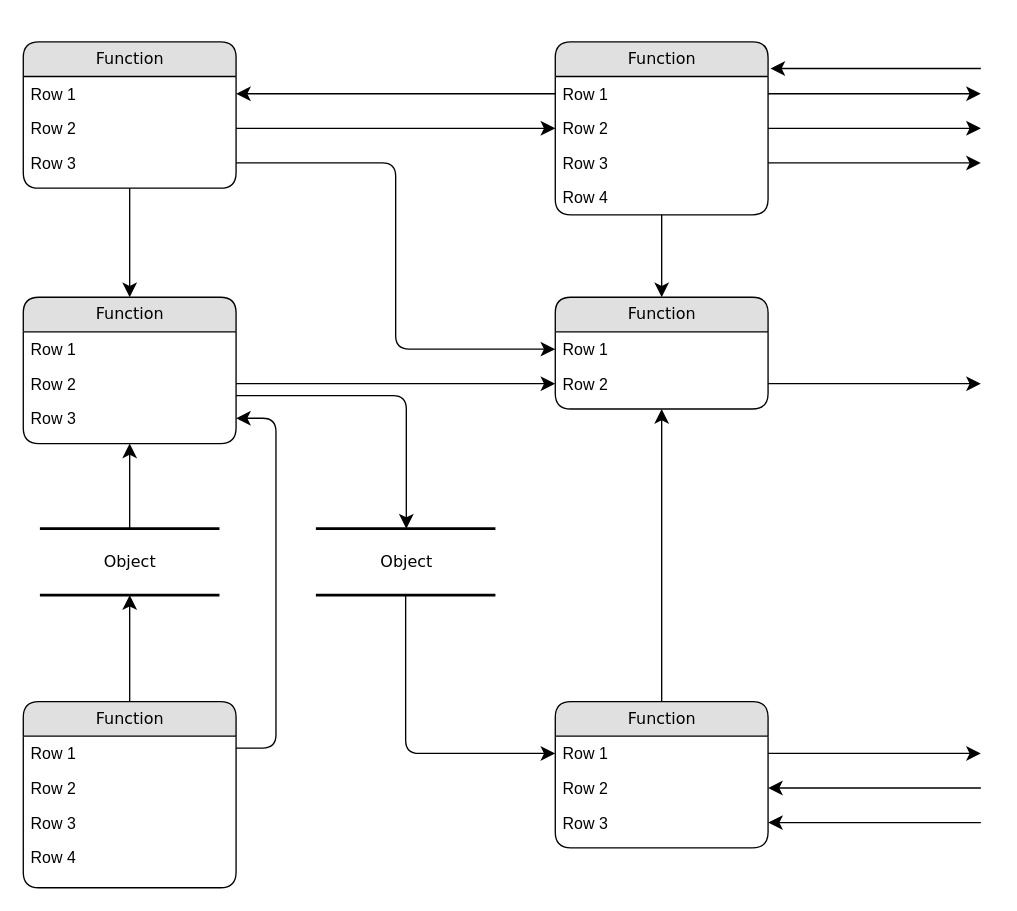
Before: public/img_reference/Untitled Diagram.drawio in ffrachia26/Grupo_8_NaturalMystic, a draw.io diagram. Source tidied: cells renumbered, new cells numbered last; positions are measured from the earlier drawing's top-left corner, leaving out a move shared by most shapes. Both pictures are drawn from the tidied source at 133%, with x=0, y=0 at pixel (23, 41).
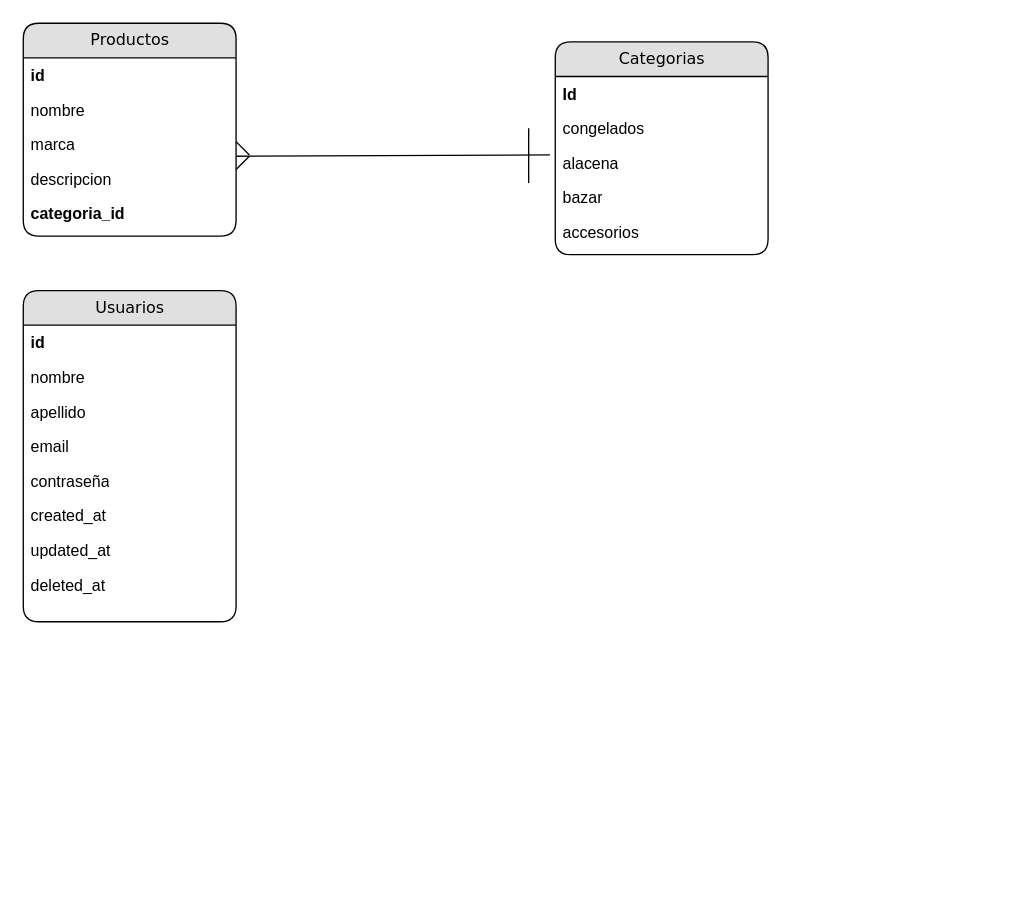
The same diagram, later.

Diff of the diagram source:
```diff
@@
-    <mxCell id="2" value="Object" style="html=1;rounded=0;shadow=0;comic=0;labelBackgroundColor=none;strokeWidth=2;fontFamily=Verdana;fontSize=12;align=center;shape=mxgraph.ios7ui.horLines;" parent="1" vertex="1">
-      <mxGeometry x="12.5" y="366" width="135" height="50" as="geometry" />
-    </mxCell>
-    <mxCell id="3" value="Function" style="swimlane;html=1;fontStyle=0;horizontal=1;startSize=26;fillColor=#e0e0e0;swimlaneFillColor=#ffffff;align=center;rounded=1;shadow=0;comic=0;labelBackgroundColor=none;strokeWidth=1;fontFamily=Verdana;fontSize=12;" parent="1" vertex="1">
-      <mxGeometry width="160" height="110" as="geometry" />
+    <mxCell id="3" value="Productos" style="swimlane;html=1;fontStyle=0;horizontal=1;startSize=26;fillColor=#e0e0e0;swimlaneFillColor=#ffffff;align=center;rounded=1;shadow=0;comic=0;labelBackgroundColor=none;strokeWidth=1;fontFamily=Verdana;fontSize=12;" parent="1" vertex="1">
+      <mxGeometry y="-14" width="160" height="160" as="geometry" />
     </mxCell>
-    <mxCell id="4" value="Row 1" style="text;html=1;strokeColor=none;fillColor=none;spacingLeft=4;spacingRight=4;whiteSpace=wrap;overflow=hidden;points=[[0,0.5],[1,0.5]];portConstraint=eastwest;" parent="3" vertex="1">
+    <mxCell id="4" value="&lt;b&gt;id&lt;/b&gt;" style="text;html=1;strokeColor=none;fillColor=none;spacingLeft=4;spacingRight=4;whiteSpace=wrap;overflow=hidden;points=[[0,0.5],[1,0.5]];portConstraint=eastwest;" parent="3" vertex="1">
       <mxGeometry y="26" width="160" height="26" as="geometry" />
     </mxCell>
-    <mxCell id="5" value="Row 2" style="text;html=1;strokeColor=none;fillColor=none;spacingLeft=4;spacingRight=4;whiteSpace=wrap;overflow=hidden;points=[[0,0.5],[1,0.5]];portConstraint=eastwest;" parent="3" vertex="1">
+    <mxCell id="5" value="nombre" style="text;html=1;strokeColor=none;fillColor=none;spacingLeft=4;spacingRight=4;whiteSpace=wrap;overflow=hidden;points=[[0,0.5],[1,0.5]];portConstraint=eastwest;" parent="3" vertex="1">
       <mxGeometry y="52" width="160" height="26" as="geometry" />
     </mxCell>
-    <mxCell id="6" value="Row 3" style="text;html=1;strokeColor=none;fillColor=none;spacingLeft=4;spacingRight=4;whiteSpace=wrap;overflow=hidden;points=[[0,0.5],[1,0.5]];portConstraint=eastwest;" parent="3" vertex="1">
+    <mxCell id="6" value="marca" style="text;html=1;strokeColor=none;fillColor=none;spacingLeft=4;spacingRight=4;whiteSpace=wrap;overflow=hidden;points=[[0,0.5],[1,0.5]];portConstraint=eastwest;" parent="3" vertex="1">
       <mxGeometry y="78" width="160" height="26" as="geometry" />
     </mxCell>
+    <mxCell id="49" value="descripcion" style="text;html=1;strokeColor=none;fillColor=none;spacingLeft=4;spacingRight=4;whiteSpace=wrap;overflow=hidden;" parent="3" vertex="1">
+      <mxGeometry y="104" width="160" height="26" as="geometry" />
+    </mxCell>
+    <mxCell id="50" value="&lt;b&gt;categoria_id&lt;/b&gt;" style="text;html=1;strokeColor=none;fillColor=none;spacingLeft=4;spacingRight=4;whiteSpace=wrap;overflow=hidden;" parent="3" vertex="1">
+      <mxGeometry y="130" width="160" height="26" as="geometry" />
+    </mxCell>
-    <mxCell id="7" value="Function" style="swimlane;html=1;fontStyle=0;horizontal=1;startSize=26;fillColor=#e0e0e0;swimlaneFillColor=#ffffff;align=center;rounded=1;shadow=0;comic=0;labelBackgroundColor=none;strokeWidth=1;fontFamily=Verdana;fontSize=12;" parent="1" vertex="1">
-      <mxGeometry x="400" width="160" height="130" as="geometry" />
+    <mxCell id="7" value="Categorias" style="swimlane;html=1;fontStyle=0;horizontal=1;startSize=26;fillColor=#e0e0e0;swimlaneFillColor=#ffffff;align=center;rounded=1;shadow=0;comic=0;labelBackgroundColor=none;strokeWidth=1;fontFamily=Verdana;fontSize=12;" parent="1" vertex="1">
+      <mxGeometry x="400" width="160" height="160" as="geometry" />
     </mxCell>
-    <mxCell id="8" value="Row 1" style="text;html=1;strokeColor=none;fillColor=none;spacingLeft=4;spacingRight=4;whiteSpace=wrap;overflow=hidden;points=[[0,0.5],[1,0.5]];portConstraint=eastwest;" parent="7" vertex="1">
+    <mxCell id="8" value="&lt;b&gt;Id&lt;/b&gt;" style="text;html=1;strokeColor=none;fillColor=none;spacingLeft=4;spacingRight=4;whiteSpace=wrap;overflow=hidden;points=[[0,0.5],[1,0.5]];portConstraint=eastwest;" parent="7" vertex="1">
       <mxGeometry y="26" width="160" height="26" as="geometry" />
     </mxCell>
-    <mxCell id="9" value="Row 2" style="text;html=1;strokeColor=none;fillColor=none;spacingLeft=4;spacingRight=4;whiteSpace=wrap;overflow=hidden;points=[[0,0.5],[1,0.5]];portConstraint=eastwest;" parent="7" vertex="1">
+    <mxCell id="9" value="congelados" style="text;html=1;strokeColor=none;fillColor=none;spacingLeft=4;spacingRight=4;whiteSpace=wrap;overflow=hidden;points=[[0,0.5],[1,0.5]];portConstraint=eastwest;" parent="7" vertex="1">
       <mxGeometry y="52" width="160" height="26" as="geometry" />
     </mxCell>
-    <mxCell id="10" value="Row 3" style="text;html=1;strokeColor=none;fillColor=none;spacingLeft=4;spacingRight=4;whiteSpace=wrap;overflow=hidden;points=[[0,0.5],[1,0.5]];portConstraint=eastwest;" parent="7" vertex="1">
+    <mxCell id="10" value="alacena" style="text;html=1;strokeColor=none;fillColor=none;spacingLeft=4;spacingRight=4;whiteSpace=wrap;overflow=hidden;points=[[0,0.5],[1,0.5]];portConstraint=eastwest;" parent="7" vertex="1">
       <mxGeometry y="78" width="160" height="26" as="geometry" />
     </mxCell>
-    <mxCell id="11" value="Row 4" style="text;html=1;strokeColor=none;fillColor=none;spacingLeft=4;spacingRight=4;whiteSpace=wrap;overflow=hidden;" parent="7" vertex="1">
+    <mxCell id="11" value="bazar" style="text;html=1;strokeColor=none;fillColor=none;spacingLeft=4;spacingRight=4;whiteSpace=wrap;overflow=hidden;" parent="7" vertex="1">
       <mxGeometry y="104" width="160" height="26" as="geometry" />
     </mxCell>
+    <mxCell id="51" value="accesorios" style="text;html=1;strokeColor=none;fillColor=none;spacingLeft=4;spacingRight=4;whiteSpace=wrap;overflow=hidden;" parent="7" vertex="1">
+      <mxGeometry y="130" width="160" height="26" as="geometry" />
+    </mxCell>
-    <mxCell id="12" value="Function" style="swimlane;html=1;fontStyle=0;horizontal=1;startSize=26;fillColor=#e0e0e0;swimlaneFillColor=#ffffff;align=center;rounded=1;shadow=0;comic=0;labelBackgroundColor=none;strokeWidth=1;fontFamily=Verdana;fontSize=12;" parent="1" vertex="1">
-      <mxGeometry y="192" width="160" height="110" as="geometry" />
+    <mxCell id="12" value="Usuarios" style="swimlane;html=1;fontStyle=0;horizontal=1;startSize=26;fillColor=#e0e0e0;swimlaneFillColor=#ffffff;align=center;rounded=1;shadow=0;comic=0;labelBackgroundColor=none;strokeWidth=1;fontFamily=Verdana;fontSize=12;" parent="1" vertex="1">
+      <mxGeometry y="187" width="160" height="249" as="geometry" />
     </mxCell>
-    <mxCell id="13" value="Row 1" style="text;html=1;strokeColor=none;fillColor=none;spacingLeft=4;spacingRight=4;whiteSpace=wrap;overflow=hidden;" parent="12" vertex="1">
+    <mxCell id="13" value="&lt;b&gt;id&lt;/b&gt;" style="text;html=1;strokeColor=none;fillColor=none;spacingLeft=4;spacingRight=4;whiteSpace=wrap;overflow=hidden;" parent="12" vertex="1">
       <mxGeometry y="26" width="160" height="26" as="geometry" />
     </mxCell>
-    <mxCell id="14" value="Row 2" style="text;html=1;strokeColor=none;fillColor=none;spacingLeft=4;spacingRight=4;whiteSpace=wrap;overflow=hidden;points=[[0,0.5],[1,0.5]];portConstraint=eastwest;" parent="12" vertex="1">
+    <mxCell id="14" value="nombre" style="text;html=1;strokeColor=none;fillColor=none;spacingLeft=4;spacingRight=4;whiteSpace=wrap;overflow=hidden;points=[[0,0.5],[1,0.5]];portConstraint=eastwest;" parent="12" vertex="1">
       <mxGeometry y="52" width="160" height="26" as="geometry" />
     </mxCell>
-    <mxCell id="15" value="Row 3" style="text;html=1;strokeColor=none;fillColor=none;spacingLeft=4;spacingRight=4;whiteSpace=wrap;overflow=hidden;points=[[0,0.5],[1,0.5]];portConstraint=eastwest;" parent="12" vertex="1">
-      <mxGeometry y="78" width="160" height="26" as="geometry" />
-    </mxCell>
-    <mxCell id="16" value="Function" style="swimlane;html=1;fontStyle=0;horizontal=1;startSize=26;fillColor=#e0e0e0;swimlaneFillColor=#ffffff;align=center;rounded=1;shadow=0;comic=0;labelBackgroundColor=none;strokeWidth=1;fontFamily=Verdana;fontSize=12;" parent="1" vertex="1">
-      <mxGeometry y="496" width="160" height="140" as="geometry" />
-    </mxCell>
-    <mxCell id="17" value="Row 1" style="text;html=1;strokeColor=none;fillColor=none;spacingLeft=4;spacingRight=4;whiteSpace=wrap;overflow=hidden;" parent="16" vertex="1">
-      <mxGeometry y="26" width="160" height="26" as="geometry" />
-    </mxCell>
-    <mxCell id="18" value="Row 2" style="text;html=1;strokeColor=none;fillColor=none;spacingLeft=4;spacingRight=4;whiteSpace=wrap;overflow=hidden;" parent="16" vertex="1">
-      <mxGeometry y="52" width="160" height="26" as="geometry" />
-    </mxCell>
-    <mxCell id="19" value="Row 3" style="text;html=1;strokeColor=none;fillColor=none;spacingLeft=4;spacingRight=4;whiteSpace=wrap;overflow=hidden;" parent="16" vertex="1">
-      <mxGeometry y="78" width="160" height="26" as="geometry" />
-    </mxCell>
-    <mxCell id="20" value="Row 4" style="text;html=1;strokeColor=none;fillColor=none;spacingLeft=4;spacingRight=4;whiteSpace=wrap;overflow=hidden;" parent="16" vertex="1">
-      <mxGeometry y="104" width="160" height="26" as="geometry" />
-    </mxCell>
-    <mxCell id="21" value="Function" style="swimlane;html=1;fontStyle=0;horizontal=1;startSize=26;fillColor=#e0e0e0;swimlaneFillColor=#ffffff;align=center;rounded=1;shadow=0;comic=0;labelBackgroundColor=none;strokeWidth=1;fontFamily=Verdana;fontSize=12;" parent="1" vertex="1">
-      <mxGeometry x="400" y="192" width="160" height="84" as="geometry" />
-    </mxCell>
-    <mxCell id="22" value="Row 1" style="text;html=1;strokeColor=none;fillColor=none;spacingLeft=4;spacingRight=4;whiteSpace=wrap;overflow=hidden;points=[[0,0.5],[1,0.5]];portConstraint=eastwest;" parent="21" vertex="1">
-      <mxGeometry y="26" width="160" height="26" as="geometry" />
-    </mxCell>
-    <mxCell id="23" value="Row 2" style="text;html=1;strokeColor=none;fillColor=none;spacingLeft=4;spacingRight=4;whiteSpace=wrap;overflow=hidden;points=[[0,0.5],[1,0.5]];portConstraint=eastwest;" parent="21" vertex="1">
-      <mxGeometry y="52" width="160" height="26" as="geometry" />
-    </mxCell>
-    <mxCell id="24" value="Function" style="swimlane;html=1;fontStyle=0;horizontal=1;startSize=26;fillColor=#e0e0e0;swimlaneFillColor=#ffffff;align=center;rounded=1;shadow=0;comic=0;labelBackgroundColor=none;strokeWidth=1;fontFamily=Verdana;fontSize=12;" parent="1" vertex="1">
-      <mxGeometry x="400" y="496" width="160" height="110" as="geometry" />
-    </mxCell>
-    <mxCell id="25" value="Row 1" style="text;html=1;strokeColor=none;fillColor=none;spacingLeft=4;spacingRight=4;whiteSpace=wrap;overflow=hidden;points=[[0,0.5],[1,0.5]];portConstraint=eastwest;" parent="24" vertex="1">
-      <mxGeometry y="26" width="160" height="26" as="geometry" />
-    </mxCell>
-    <mxCell id="26" value="Row 2" style="text;html=1;strokeColor=none;fillColor=none;spacingLeft=4;spacingRight=4;whiteSpace=wrap;overflow=hidden;points=[[0,0.5],[1,0.5]];portConstraint=eastwest;" parent="24" vertex="1">
-      <mxGeometry y="52" width="160" height="26" as="geometry" />
-    </mxCell>
-    <mxCell id="27" value="Row 3" style="text;html=1;strokeColor=none;fillColor=none;spacingLeft=4;spacingRight=4;whiteSpace=wrap;overflow=hidden;points=[[0,0.5],[1,0.5]];portConstraint=eastwest;" parent="24" vertex="1">
-      <mxGeometry y="78" width="160" height="26" as="geometry" />
-    </mxCell>
-    <mxCell id="28" value="Object" style="html=1;rounded=0;shadow=0;comic=0;labelBackgroundColor=none;strokeWidth=2;fontFamily=Verdana;fontSize=12;align=center;shape=mxgraph.ios7ui.horLines;" parent="1" vertex="1">
-      <mxGeometry x="220" y="366" width="135" height="50" as="geometry" />
-    </mxCell>
-    <mxCell id="29" style="edgeStyle=none;html=1;labelBackgroundColor=none;startFill=0;startSize=8;endFill=1;endSize=8;fontFamily=Verdana;fontSize=12;" parent="1" edge="1" source="16" target="2">
-      <mxGeometry relative="1" as="geometry" />
-    </mxCell>
-    <mxCell id="30" style="edgeStyle=none;html=1;labelBackgroundColor=none;startFill=0;startSize=8;endFill=1;endSize=8;fontFamily=Verdana;fontSize=12;" parent="1" edge="1" source="2" target="12">
-      <mxGeometry relative="1" as="geometry" />
-    </mxCell>
-    <mxCell id="31" style="edgeStyle=orthogonalEdgeStyle;html=1;labelBackgroundColor=none;startFill=0;startSize=8;endFill=1;endSize=8;fontFamily=Verdana;fontSize=12;exitX=1;exitY=0.25;entryX=1;entryY=0.5;" parent="1" edge="1" source="16" target="15">
-      <mxGeometry relative="1" as="geometry">
-        <Array as="points">
-          <mxPoint x="190" y="531" />
-          <mxPoint x="190" y="283" />
-        </Array>
-      </mxGeometry>
-    </mxCell>
-    <mxCell id="32" style="edgeStyle=orthogonalEdgeStyle;html=1;labelBackgroundColor=none;startFill=0;startSize=8;endFill=1;endSize=8;fontFamily=Verdana;fontSize=12;" parent="1" edge="1" source="28" target="25">
-      <mxGeometry x="-0.13" y="32" relative="1" as="geometry" />
-    </mxCell>
-    <mxCell id="33" style="edgeStyle=orthogonalEdgeStyle;html=1;labelBackgroundColor=none;startFill=0;startSize=8;endFill=1;endSize=8;fontFamily=Verdana;fontSize=12;" parent="1" edge="1" source="12" target="28">
-      <mxGeometry relative="1" as="geometry">
-        <Array as="points">
-          <mxPoint x="288" y="266" />
-        </Array>
-      </mxGeometry>
-    </mxCell>
-    <mxCell id="34" style="edgeStyle=orthogonalEdgeStyle;html=1;labelBackgroundColor=none;startFill=0;startSize=8;endFill=1;endSize=8;fontFamily=Verdana;fontSize=12;" parent="1" edge="1" source="3" target="12">
-      <mxGeometry relative="1" as="geometry" />
-    </mxCell>
-    <mxCell id="35" style="edgeStyle=orthogonalEdgeStyle;html=1;labelBackgroundColor=none;startFill=0;startSize=8;endFill=1;endSize=8;fontFamily=Verdana;fontSize=12;" parent="1" edge="1" source="24" target="21">
-      <mxGeometry relative="1" as="geometry" />
-    </mxCell>
-    <mxCell id="36" style="edgeStyle=orthogonalEdgeStyle;html=1;labelBackgroundColor=none;startFill=0;startSize=8;endFill=1;endSize=8;fontFamily=Verdana;fontSize=12;" parent="1" edge="1" source="7" target="21">
-      <mxGeometry relative="1" as="geometry" />
-    </mxCell>
-    <mxCell id="37" style="edgeStyle=orthogonalEdgeStyle;html=1;entryX=0;entryY=0.5;labelBackgroundColor=none;startFill=0;startSize=8;endFill=1;endSize=8;fontFamily=Verdana;fontSize=12;exitX=1;exitY=0.5;" parent="1" edge="1" source="5" target="9">
-      <mxGeometry relative="1" as="geometry" />
-    </mxCell>
-    <mxCell id="38" style="edgeStyle=orthogonalEdgeStyle;html=1;exitX=0;exitY=0.5;entryX=1;entryY=0.5;labelBackgroundColor=none;startFill=0;startSize=8;endFill=1;endSize=8;fontFamily=Verdana;fontSize=12;" parent="1" edge="1" source="8" target="4">
-      <mxGeometry relative="1" as="geometry" />
-    </mxCell>
-    <mxCell id="39" style="edgeStyle=orthogonalEdgeStyle;html=1;exitX=1;exitY=0.5;entryX=0;entryY=0.5;labelBackgroundColor=none;startFill=0;startSize=8;endFill=1;endSize=8;fontFamily=Verdana;fontSize=12;" parent="1" edge="1" source="6" target="22">
-      <mxGeometry relative="1" as="geometry" />
-    </mxCell>
-    <mxCell id="40" style="edgeStyle=orthogonalEdgeStyle;html=1;exitX=1;exitY=0.5;entryX=0;entryY=0.5;labelBackgroundColor=none;startFill=0;startSize=8;endFill=1;endSize=8;fontFamily=Verdana;fontSize=12;" parent="1" edge="1" source="14" target="23">
-      <mxGeometry relative="1" as="geometry" />
-    </mxCell>
-    <mxCell id="41" style="edgeStyle=orthogonalEdgeStyle;html=1;labelBackgroundColor=none;startFill=0;startSize=8;endFill=1;endSize=8;fontFamily=Verdana;fontSize=12;" parent="1" edge="1" source="23">
-      <mxGeometry relative="1" as="geometry">
-        <mxPoint x="720" y="257" as="targetPoint" />
-      </mxGeometry>
-    </mxCell>
-    <mxCell id="42" style="edgeStyle=orthogonalEdgeStyle;html=1;exitX=1;exitY=0.5;labelBackgroundColor=none;startFill=0;startSize=8;endFill=1;endSize=8;fontFamily=Verdana;fontSize=12;" parent="1" edge="1" source="25">
-      <mxGeometry relative="1" as="geometry">
-        <mxPoint x="720" y="535" as="targetPoint" />
-      </mxGeometry>
-    </mxCell>
-    <mxCell id="43" style="edgeStyle=orthogonalEdgeStyle;html=1;labelBackgroundColor=none;startFill=0;startSize=8;endFill=1;endSize=8;fontFamily=Verdana;fontSize=12;entryX=1;entryY=0.5;" parent="1" edge="1" target="26">
-      <mxGeometry relative="1" as="geometry">
-        <mxPoint x="720" y="561" as="sourcePoint" />
-        <Array as="points">
-          <mxPoint x="720" y="561" />
-        </Array>
-      </mxGeometry>
-    </mxCell>
-    <mxCell id="44" style="edgeStyle=orthogonalEdgeStyle;html=1;labelBackgroundColor=none;startFill=0;startSize=8;endFill=1;endSize=8;fontFamily=Verdana;fontSize=12;entryX=1;entryY=0.5;" parent="1" edge="1" target="27">
-      <mxGeometry relative="1" as="geometry">
-        <mxPoint x="720" y="587" as="sourcePoint" />
-        <Array as="points">
-          <mxPoint x="640" y="587" />
-          <mxPoint x="640" y="587" />
-        </Array>
-      </mxGeometry>
-    </mxCell>
-    <mxCell id="45" style="edgeStyle=orthogonalEdgeStyle;html=1;exitX=1;exitY=0.5;labelBackgroundColor=none;startFill=0;startSize=8;endFill=1;endSize=8;fontFamily=Verdana;fontSize=12;" parent="1" edge="1" source="8">
-      <mxGeometry relative="1" as="geometry">
-        <mxPoint x="720" y="39" as="targetPoint" />
-      </mxGeometry>
-    </mxCell>
-    <mxCell id="46" style="edgeStyle=orthogonalEdgeStyle;html=1;exitX=1;exitY=0.5;labelBackgroundColor=none;startFill=0;startSize=8;endFill=1;endSize=8;fontFamily=Verdana;fontSize=12;" parent="1" edge="1" source="9">
-      <mxGeometry relative="1" as="geometry">
-        <mxPoint x="720" y="65" as="targetPoint" />
-      </mxGeometry>
-    </mxCell>
-    <mxCell id="47" style="edgeStyle=orthogonalEdgeStyle;html=1;exitX=1;exitY=0.5;labelBackgroundColor=none;startFill=0;startSize=8;endFill=1;endSize=8;fontFamily=Verdana;fontSize=12;" parent="1" edge="1" source="10">
-      <mxGeometry relative="1" as="geometry">
-        <mxPoint x="720" y="91" as="targetPoint" />
-      </mxGeometry>
-    </mxCell>
-    <mxCell id="48" style="edgeStyle=elbowEdgeStyle;html=1;labelBackgroundColor=none;startFill=0;startSize=8;endFill=1;endSize=8;fontFamily=Verdana;fontSize=12;elbow=vertical;entryX=1.011;entryY=0.152;entryPerimeter=0;" parent="1" edge="1" target="7">
-      <mxGeometry relative="1" as="geometry">
-        <mxPoint x="720" y="20" as="sourcePoint" />
-        <Array as="points">
-          <mxPoint x="650" y="20" />
-        </Array>
-      </mxGeometry>
-    </mxCell>
+    <mxCell id="52" value="apellido" style="text;html=1;strokeColor=none;fillColor=none;spacingLeft=4;spacingRight=4;whiteSpace=wrap;overflow=hidden;" parent="12" vertex="1">
+      <mxGeometry y="78" width="160" height="26" as="geometry" />
+    </mxCell>
+    <mxCell id="53" value="email" style="text;html=1;strokeColor=none;fillColor=none;spacingLeft=4;spacingRight=4;whiteSpace=wrap;overflow=hidden;" parent="12" vertex="1">
+      <mxGeometry y="104" width="160" height="26" as="geometry" />
+    </mxCell>
+    <mxCell id="54" value="contraseña" style="text;html=1;strokeColor=none;fillColor=none;spacingLeft=4;spacingRight=4;whiteSpace=wrap;overflow=hidden;" parent="12" vertex="1">
+      <mxGeometry y="130" width="160" height="26" as="geometry" />
+    </mxCell>
+    <mxCell id="55" value="created_at" style="text;html=1;strokeColor=none;fillColor=none;spacingLeft=4;spacingRight=4;whiteSpace=wrap;overflow=hidden;" parent="12" vertex="1">
+      <mxGeometry y="156" width="160" height="26" as="geometry" />
+    </mxCell>
+    <mxCell id="56" value="updated_at" style="text;html=1;strokeColor=none;fillColor=none;spacingLeft=4;spacingRight=4;whiteSpace=wrap;overflow=hidden;" parent="12" vertex="1">
+      <mxGeometry y="182" width="160" height="26" as="geometry" />
+    </mxCell>
+    <mxCell id="57" value="deleted_at" style="text;html=1;strokeColor=none;fillColor=none;spacingLeft=4;spacingRight=4;whiteSpace=wrap;overflow=hidden;" parent="12" vertex="1">
+      <mxGeometry y="208" width="160" height="26" as="geometry" />
+    </mxCell>
+    <mxCell id="58" style="endArrow=none;html=1;" parent="1" edge="1">
+      <mxGeometry relative="1" as="geometry">
+        <mxPoint x="380" y="106" as="sourcePoint" />
+        <mxPoint x="380" y="65" as="targetPoint" />
+      </mxGeometry>
+    </mxCell>
+    <mxCell id="59" style="endArrow=none;html=1;exitX=1;exitY=0.846;exitDx=0;exitDy=0;exitPerimeter=0;entryX=-0.025;entryY=0.269;entryDx=0;entryDy=0;entryPerimeter=0;" parent="1" edge="1" source="6" target="10">
+      <mxGeometry relative="1" as="geometry" />
+    </mxCell>
+    <mxCell id="60" style="endArrow=none;html=1;" parent="1" edge="1">
+      <mxGeometry relative="1" as="geometry">
+        <mxPoint x="160" y="96" as="sourcePoint" />
+        <mxPoint x="170" y="86" as="targetPoint" />
+      </mxGeometry>
+    </mxCell>
+    <mxCell id="61" style="endArrow=none;html=1;spacingBottom=-4;" parent="1" edge="1">
+      <mxGeometry relative="1" as="geometry">
+        <mxPoint x="160" y="75" as="sourcePoint" />
+        <mxPoint x="170" y="85" as="targetPoint" />
+      </mxGeometry>
+    </mxCell>
```
